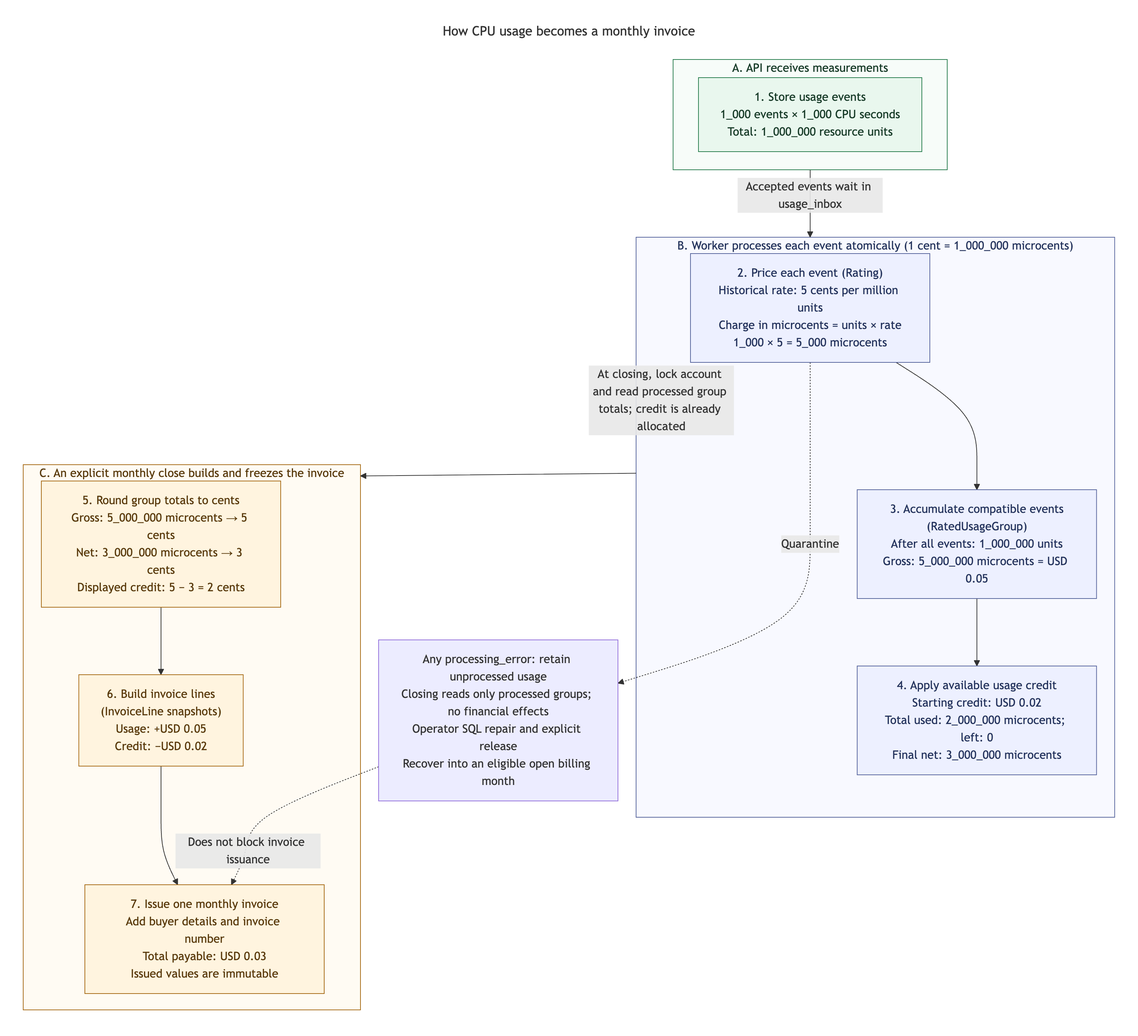
Earlier version of the Mermaid export docs/diagrams/usage-to-invoice/usage-to-invoice.png (pupitooo/e2b-billing-api). Its source is kept beside it as docs/diagrams/usage-to-invoice/usage-to-invoice.mmd.
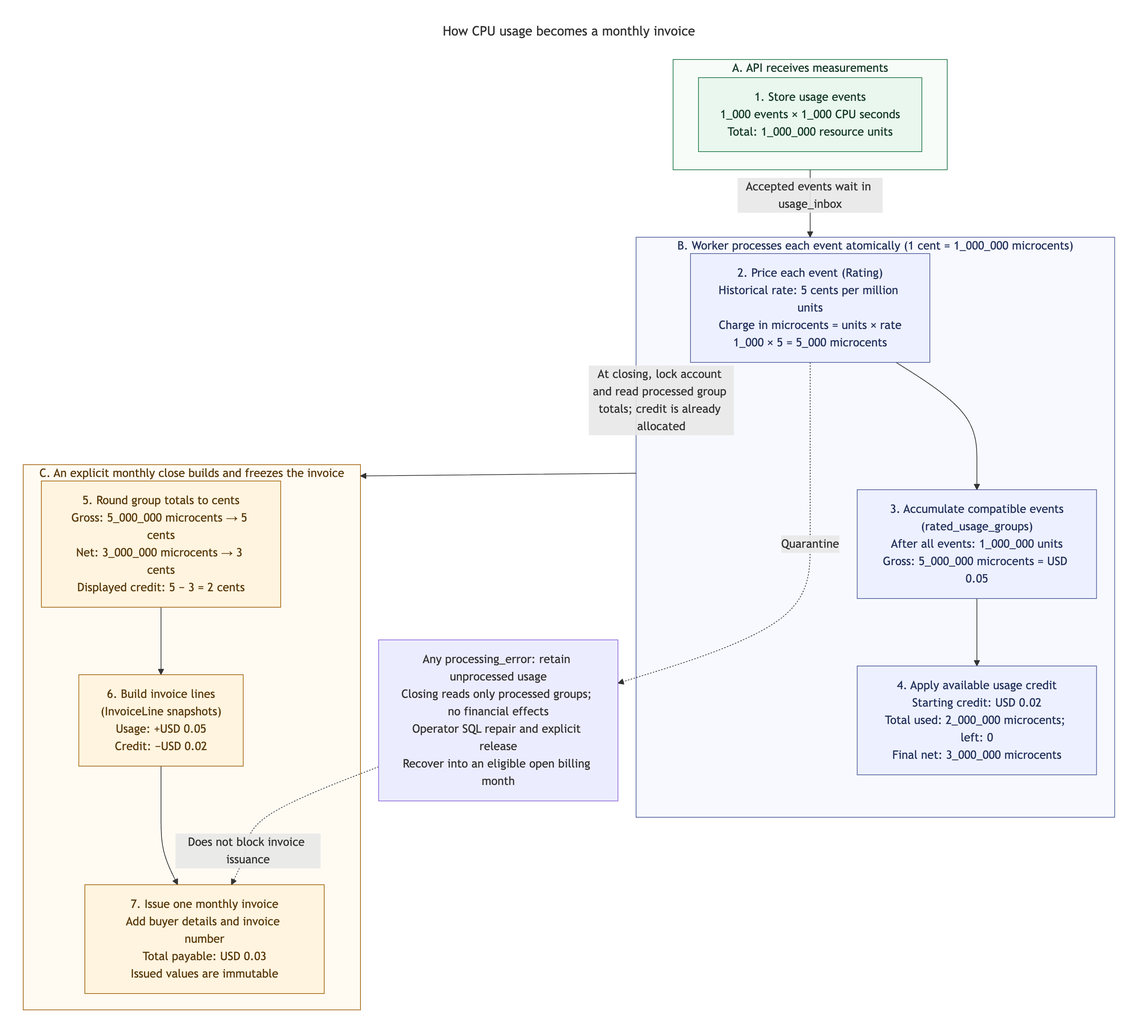
The same diagram one commit later.

What changed in the source:
```diff
@@ -16,7 +16,7 @@
     subgraph processing["B. Worker processes each event atomically (1 cent = 1_000_000 microcents)"]
         direction LR
         rating["2. Price each event (Rating)<br/>Historical rate: 5 cents per million units<br/>Charge in microcents = units × rate<br/>1_000 × 5 = 5_000 microcents"]
-        group["3. Accumulate compatible events<br/>(RatedUsageGroup)<br/>After all events: 1_000_000 units<br/>Gross: 5_000_000 microcents = USD 0.05"]
+        group["3. Accumulate compatible events<br/>(rated_usage_groups)<br/>After all events: 1_000_000 units<br/>Gross: 5_000_000 microcents = USD 0.05"]
         credits["4. Apply available usage credit<br/>Starting credit: USD 0.02<br/>Total used: 2_000_000 microcents; left: 0<br/>Final net: 3_000_000 microcents"]
 
         rating --> group --> credits
```
